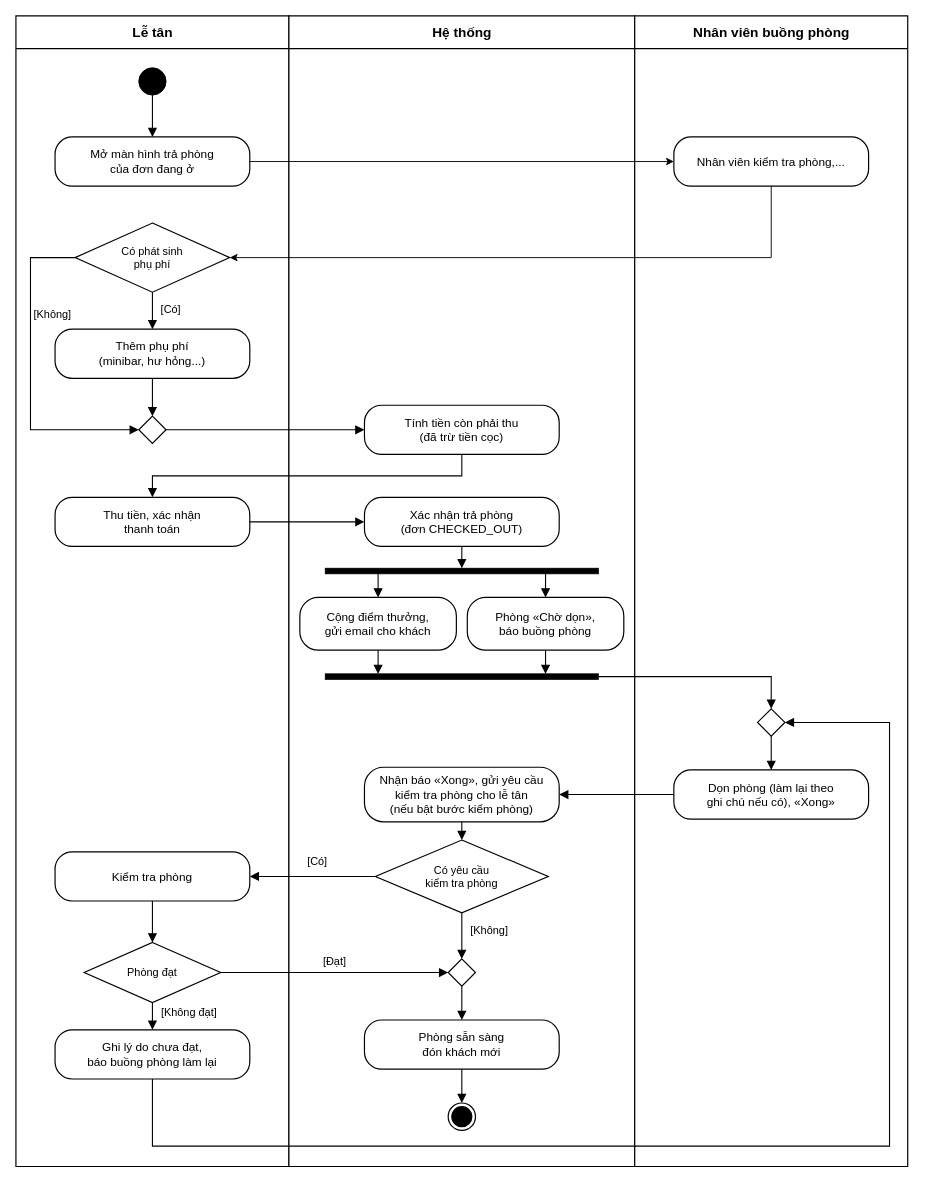
ngynquchn2511/beach-hotel keeps this draw.io diagram as docs/thiet-ke/hd-tra-phong-don-phong.drawio. Above is the earlier version. Source tidied: cells renumbered, new cells numbered last; positions are measured from the earlier drawing's top-left corner, leaving out a move shared by most shapes. Both pictures are drawn from the tidied source at 91%, with x=0, y=0 at pixel (15, 15).
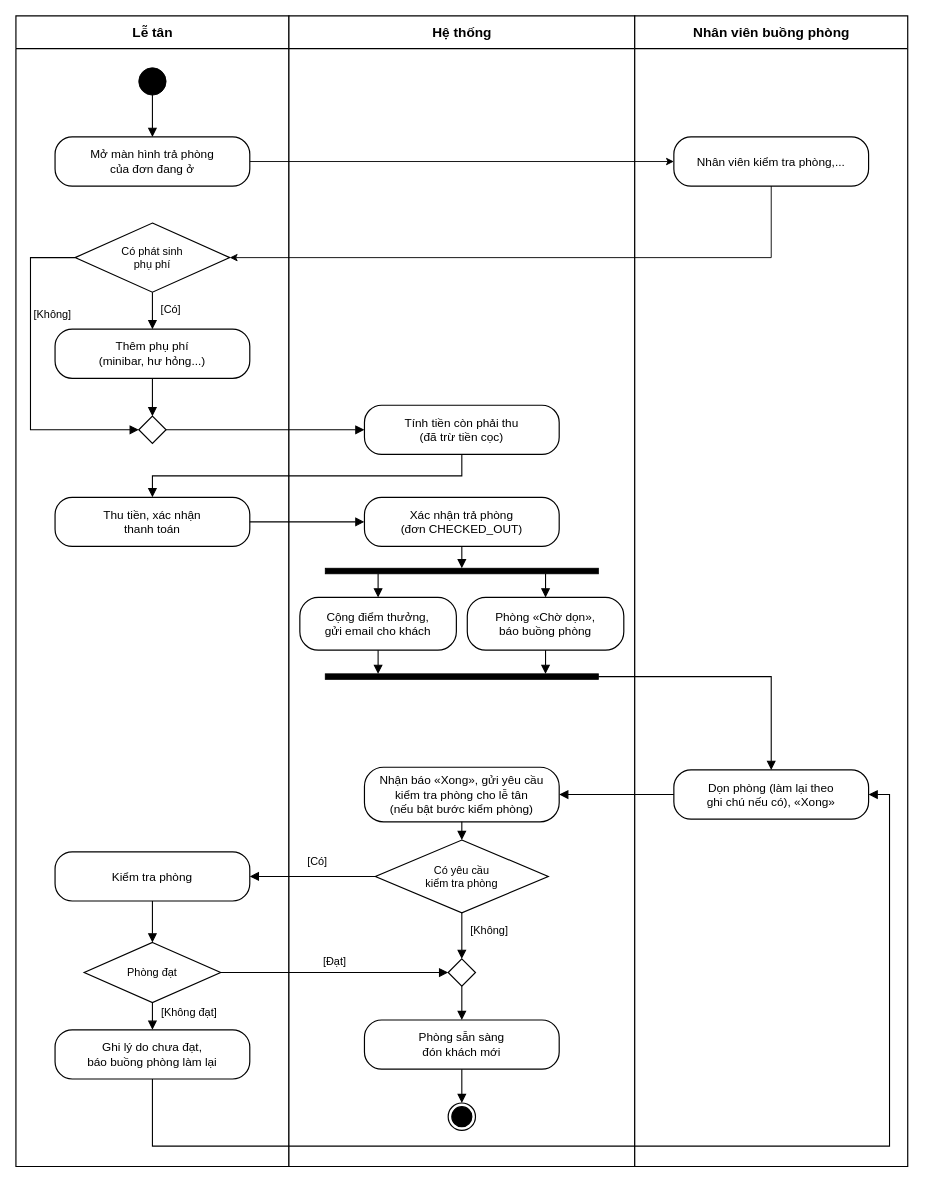
After the change.

Unchanged cells that the change refers to:
```xml
<mxCell id="16" value="Dọn phòng (làm lại theo&lt;br&gt;ghi chú nếu có), «Xong»" style="fontFamily=Arial;fontColor=#000000;rounded=1;whiteSpace=wrap;html=1;arcSize=35;fillColor=#FFFFFF;strokeColor=#000000;strokeWidth=1.3;fontSize=13;spacing=6;" parent="1" vertex="1">
  <mxGeometry x="723" y="828.6" width="214" height="54" as="geometry" />
</mxCell>
<mxCell id="42" style="rounded=0;html=1;fillColor=#000000;strokeColor=#000000;" parent="1" vertex="1">
  <mxGeometry x="340" y="723" width="300" height="6" as="geometry" />
</mxCell>
<mxCell id="49" value="Ghi lý do chưa đạt,&lt;br&gt;báo buồng phòng làm lại" style="fontFamily=Arial;fontColor=#000000;rounded=1;whiteSpace=wrap;html=1;arcSize=35;fillColor=#FFFFFF;strokeColor=#000000;strokeWidth=1.3;fontSize=13;spacing=6;" parent="1" vertex="1">
  <mxGeometry x="43" y="1114.2" width="214" height="54" as="geometry" />
</mxCell>
```

Diff of the diagram source:
```diff
@@
-    <mxCell id="15" style="fontFamily=Arial;fontColor=#000000;rhombus;whiteSpace=wrap;html=1;fillColor=#FFFFFF;strokeColor=#000000;strokeWidth=1.3;fontSize=12;" parent="1" vertex="1">
-      <mxGeometry x="815" y="761.4" width="30" height="30" as="geometry" />
-    </mxCell>
@@
-    <mxCell id="30" style="fontFamily=Arial;fontColor=#000000;edgeStyle=orthogonalEdgeStyle;rounded=0;html=1;endArrow=block;endFill=1;endSize=7;strokeColor=#000000;strokeWidth=1.2;fontSize=12;labelBackgroundColor=#FFFFFF;exitX=0.5;exitY=1;exitDx=0;exitDy=0;entryX=0.5;entryY=0;entryDx=0;entryDy=0;" parent="1" edge="1" source="15" target="16">
-      <mxGeometry relative="1" as="geometry" />
-    </mxCell>
@@
-    <mxCell id="48" style="fontFamily=Arial;fontColor=#000000;edgeStyle=orthogonalEdgeStyle;rounded=0;html=1;endArrow=block;endFill=1;endSize=7;strokeColor=#000000;strokeWidth=1.2;fontSize=12;exitX=1;exitY=0.5;exitDx=0;exitDy=0;entryX=0.5;entryY=0;entryDx=0;entryDy=0;" parent="1" edge="1" source="42" target="15">
-      <mxGeometry relative="1" as="geometry">
+    <mxCell id="48" style="fontFamily=Arial;fontColor=#000000;edgeStyle=orthogonalEdgeStyle;rounded=0;html=1;endArrow=block;endFill=1;endSize=7;strokeColor=#000000;strokeWidth=1.2;fontSize=12;exitX=1;exitY=0.5;exitDx=0;exitDy=0;entryX=0.5;entryY=0;entryDx=0;entryDy=0;" parent="1" edge="1" source="42" target="16">
+      <mxGeometry x="-0.23" relative="1" as="geometry">
         <Array as="points">
           <mxPoint x="830" y="726" />
         </Array>
       </mxGeometry>
     </mxCell>
@@
-    <mxCell id="50" style="fontFamily=Arial;fontColor=#000000;edgeStyle=orthogonalEdgeStyle;rounded=0;html=1;endArrow=block;endFill=1;endSize=7;strokeColor=#000000;strokeWidth=1.2;fontSize=12;labelBackgroundColor=#FFFFFF;exitX=0.5;exitY=1;exitDx=0;exitDy=0;entryX=1;entryY=0.5;entryDx=0;entryDy=0;" parent="1" edge="1" source="49" target="15">
-      <mxGeometry relative="1" as="geometry">
+    <mxCell id="50" style="fontFamily=Arial;fontColor=#000000;edgeStyle=orthogonalEdgeStyle;rounded=0;html=1;endArrow=block;endFill=1;endSize=7;strokeColor=#000000;strokeWidth=1.2;fontSize=12;labelBackgroundColor=#FFFFFF;exitX=0.5;exitY=1;exitDx=0;exitDy=0;entryX=1;entryY=0.5;entryDx=0;entryDy=0;" parent="1" edge="1" source="49" target="16">
+      <mxGeometry x="0.13" relative="1" as="geometry">
         <Array as="points">
           <mxPoint x="150" y="1242" />
           <mxPoint x="960" y="1242" />
-          <mxPoint x="960" y="776.4" />
+          <mxPoint x="960" y="855.6" />
         </Array>
       </mxGeometry>
     </mxCell>
```
